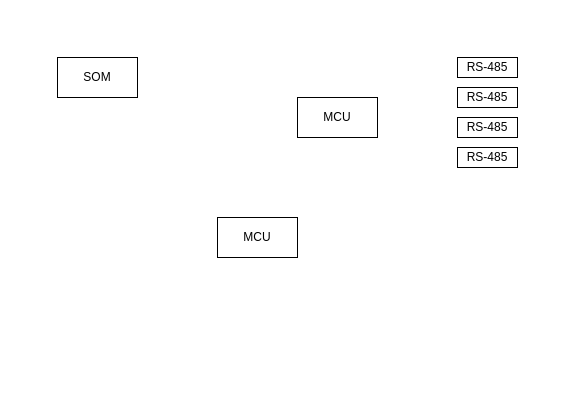
The draw.io diagram ТиР с платой SMARC.drawio in Andrianov-Daniil/Block_Diagram, before the edit. Source tidied: cells renumbered, new cells numbered last; positions are measured from the earlier drawing's top-left corner, leaving out a move shared by most shapes. Both pictures are drawn from the tidied source at 100%, with x=0, y=0 at pixel (57, 57).
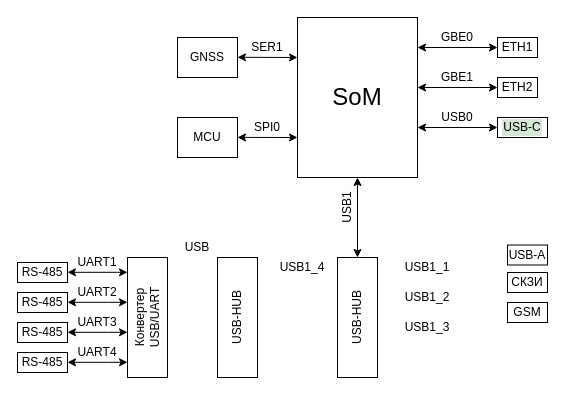
Above is the later version.

Diff of the diagram source:
```diff
@@
-    <mxCell id="2" value="SOM" style="rounded=0;whiteSpace=wrap;html=1;" parent="1" vertex="1">
-      <mxGeometry width="80" height="40" as="geometry" />
-    </mxCell>
-    <mxCell id="3" value="MCU" style="rounded=0;whiteSpace=wrap;html=1;" parent="1" vertex="1">
-      <mxGeometry x="160" y="160" width="80" height="40" as="geometry" />
-    </mxCell>
-    <mxCell id="4" value="RS-485" style="rounded=0;whiteSpace=wrap;html=1;" parent="1" vertex="1">
-      <mxGeometry x="400" y="60" width="60" height="20" as="geometry" />
-    </mxCell>
-    <mxCell id="5" value="RS-485" style="rounded=0;whiteSpace=wrap;html=1;" parent="1" vertex="1">
-      <mxGeometry x="400" y="90" width="60" height="20" as="geometry" />
-    </mxCell>
-    <mxCell id="6" value="RS-485" style="rounded=0;whiteSpace=wrap;html=1;" parent="1" vertex="1">
-      <mxGeometry x="400" width="60" height="20" as="geometry" />
-    </mxCell>
-    <mxCell id="7" value="RS-485" style="rounded=0;whiteSpace=wrap;html=1;" parent="1" vertex="1">
-      <mxGeometry x="400" y="30" width="60" height="20" as="geometry" />
-    </mxCell>
-    <mxCell id="8" value="MCU" style="rounded=0;whiteSpace=wrap;html=1;" parent="1" vertex="1">
-      <mxGeometry x="240" y="40" width="80" height="40" as="geometry" />
-    </mxCell>
+    <mxCell id="9" value="&lt;font style=&quot;font-size: 24px;&quot;&gt;SoM&lt;/font&gt;" style="rounded=0;whiteSpace=wrap;html=1;" parent="1" vertex="1">
+      <mxGeometry x="240" y="-40" width="120" height="160" as="geometry" />
+    </mxCell>
+    <mxCell id="10" style="edgeStyle=orthogonalEdgeStyle;rounded=0;jettySize=auto;html=1;startArrow=classic;startFill=1;" parent="1" edge="1" source="11" target="9">
+      <mxGeometry relative="1" as="geometry" />
+    </mxCell>
+    <mxCell id="11" value="USB-HUB" style="rounded=0;whiteSpace=wrap;html=1;direction=south;verticalAlign=middle;horizontal=0;" parent="1" vertex="1">
+      <mxGeometry x="280" y="200" width="40" height="120" as="geometry" />
+    </mxCell>
+    <mxCell id="12" value="СКЗИ" style="rounded=0;whiteSpace=wrap;html=1;direction=west;flipH=1;legacyAnchorPoints=0;flipV=1;rotation=0;" parent="1" vertex="1">
+      <mxGeometry x="450" y="215" width="40" height="20" as="geometry" />
+    </mxCell>
+    <mxCell id="13" value="ETH1" style="rounded=0;whiteSpace=wrap;html=1;" parent="1" vertex="1">
+      <mxGeometry x="440" y="-20" width="40" height="20" as="geometry" />
+    </mxCell>
+    <mxCell id="14" value="ETH2" style="rounded=0;whiteSpace=wrap;html=1;" parent="1" vertex="1">
+      <mxGeometry x="440" y="20" width="40" height="20" as="geometry" />
+    </mxCell>
+    <mxCell id="15" value="USB-C" style="rounded=0;whiteSpace=wrap;html=1;labelBackgroundColor=#D5E8D4;labelBorderColor=#D5E8D4;" parent="1" vertex="1">
+      <mxGeometry x="440" y="60" width="50" height="20" as="geometry" />
+    </mxCell>
+    <mxCell id="16" value="GSM" style="rounded=0;whiteSpace=wrap;html=1;direction=west;flipH=1;legacyAnchorPoints=0;flipV=1;rotation=0;" parent="1" vertex="1">
+      <mxGeometry x="450" y="245" width="40" height="20" as="geometry" />
+    </mxCell>
+    <mxCell id="17" value="USB-A" style="rounded=0;whiteSpace=wrap;html=1;direction=west;flipH=1;legacyAnchorPoints=0;flipV=1;rotation=0;" parent="1" vertex="1">
+      <mxGeometry x="450" y="187.5" width="40" height="20" as="geometry" />
+    </mxCell>
+    <mxCell id="18" value="MCU" style="rounded=0;whiteSpace=wrap;html=1;" parent="1" vertex="1">
+      <mxGeometry x="120" y="60" width="60" height="40" as="geometry" />
+    </mxCell>
+    <mxCell id="19" value="GNSS" style="rounded=0;whiteSpace=wrap;html=1;" parent="1" vertex="1">
+      <mxGeometry x="120" y="-20" width="60" height="40" as="geometry" />
+    </mxCell>
+    <mxCell id="20" value="USB0" style="text;html=1;whiteSpace=wrap;strokeColor=none;fillColor=none;align=center;verticalAlign=middle;rounded=0;" parent="1" vertex="1">
+      <mxGeometry x="380" y="50" width="40" height="20" as="geometry" />
+    </mxCell>
+    <mxCell id="21" value="GBE1" style="text;html=1;whiteSpace=wrap;strokeColor=none;fillColor=none;align=center;verticalAlign=middle;rounded=0;" parent="1" vertex="1">
+      <mxGeometry x="380" y="10" width="40" height="20" as="geometry" />
+    </mxCell>
+    <mxCell id="22" value="GBE0" style="text;html=1;whiteSpace=wrap;strokeColor=none;fillColor=none;align=center;verticalAlign=middle;rounded=0;" parent="1" vertex="1">
+      <mxGeometry x="380" y="-30" width="40" height="20" as="geometry" />
+    </mxCell>
+    <mxCell id="23" value="USB1" style="text;html=1;whiteSpace=wrap;strokeColor=none;fillColor=none;align=center;verticalAlign=middle;rounded=0;rotation=270;" parent="1" vertex="1">
+      <mxGeometry x="270" y="140" width="40" height="20" as="geometry" />
+    </mxCell>
+    <mxCell id="24" value="USB1_1" style="text;html=1;whiteSpace=wrap;strokeColor=none;fillColor=none;align=center;verticalAlign=middle;rounded=0;" parent="1" vertex="1">
+      <mxGeometry x="350" y="200" width="40" height="20" as="geometry" />
+    </mxCell>
+    <mxCell id="25" value="USB1_2" style="text;html=1;whiteSpace=wrap;strokeColor=none;fillColor=none;align=center;verticalAlign=middle;rounded=0;" parent="1" vertex="1">
+      <mxGeometry x="350" y="230" width="40" height="20" as="geometry" />
+    </mxCell>
+    <mxCell id="26" value="USB1_3" style="text;html=1;whiteSpace=wrap;strokeColor=none;fillColor=none;align=center;verticalAlign=middle;rounded=0;" parent="1" vertex="1">
+      <mxGeometry x="350" y="260" width="40" height="20" as="geometry" />
+    </mxCell>
+    <mxCell id="27" value="USB1_4" style="text;html=1;whiteSpace=wrap;strokeColor=none;fillColor=none;align=center;verticalAlign=middle;rounded=0;" parent="1" vertex="1">
+      <mxGeometry x="220" y="200" width="50" height="20" as="geometry" />
+    </mxCell>
+    <mxCell id="28" value="RS-485" style="rounded=0;whiteSpace=wrap;html=1;" parent="1" vertex="1">
+      <mxGeometry x="-40" y="265" width="50" height="20" as="geometry" />
+    </mxCell>
+    <mxCell id="29" value="RS-485" style="rounded=0;whiteSpace=wrap;html=1;" parent="1" vertex="1">
+      <mxGeometry x="-40" y="295" width="50" height="20" as="geometry" />
+    </mxCell>
+    <mxCell id="30" value="RS-485" style="rounded=0;whiteSpace=wrap;html=1;" parent="1" vertex="1">
+      <mxGeometry x="-40" y="205" width="50" height="20" as="geometry" />
+    </mxCell>
+    <mxCell id="31" value="RS-485" style="rounded=0;whiteSpace=wrap;html=1;" parent="1" vertex="1">
+      <mxGeometry x="-40" y="235" width="50" height="20" as="geometry" />
+    </mxCell>
+    <mxCell id="32" style="edgeStyle=orthogonalEdgeStyle;rounded=0;orthogonalLoop=1;jettySize=auto;html=1;startArrow=classic;startFill=1;" parent="1" edge="1">
+      <mxGeometry relative="1" as="geometry">
+        <mxPoint x="10" y="274.8" as="sourcePoint" />
+        <mxPoint x="70" y="274.8" as="targetPoint" />
+        <Array as="points">
+          <mxPoint x="50" y="274.8" />
+          <mxPoint x="50" y="274.8" />
+        </Array>
+      </mxGeometry>
+    </mxCell>
+    <mxCell id="33" style="edgeStyle=orthogonalEdgeStyle;rounded=0;orthogonalLoop=1;jettySize=auto;html=1;startArrow=classic;startFill=1;" parent="1" edge="1">
+      <mxGeometry relative="1" as="geometry">
+        <mxPoint x="10" y="304.8" as="sourcePoint" />
+        <mxPoint x="70" y="304.8" as="targetPoint" />
+        <Array as="points">
+          <mxPoint x="50" y="304.8" />
+          <mxPoint x="50" y="304.8" />
+        </Array>
+      </mxGeometry>
+    </mxCell>
+    <mxCell id="34" style="edgeStyle=orthogonalEdgeStyle;rounded=0;orthogonalLoop=1;jettySize=auto;html=1;startArrow=classic;startFill=1;" parent="1" edge="1">
+      <mxGeometry relative="1" as="geometry">
+        <mxPoint x="10" y="214.8" as="sourcePoint" />
+        <mxPoint x="70" y="214.8" as="targetPoint" />
+        <Array as="points">
+          <mxPoint x="60" y="214.8" />
+          <mxPoint x="60" y="214.8" />
+        </Array>
+      </mxGeometry>
+    </mxCell>
+    <mxCell id="35" style="edgeStyle=orthogonalEdgeStyle;rounded=0;orthogonalLoop=1;jettySize=auto;html=1;startArrow=classic;startFill=1;" parent="1" edge="1">
+      <mxGeometry relative="1" as="geometry">
+        <mxPoint x="10" y="244.8" as="sourcePoint" />
+        <mxPoint x="70" y="244.8" as="targetPoint" />
+        <Array as="points">
+          <mxPoint x="50" y="244.8" />
+          <mxPoint x="50" y="244.8" />
+        </Array>
+      </mxGeometry>
+    </mxCell>
+    <mxCell id="36" value="USB" style="text;html=1;whiteSpace=wrap;strokeColor=none;fillColor=none;align=center;verticalAlign=middle;rounded=0;" parent="1" vertex="1">
+      <mxGeometry x="120" y="180" width="40" height="20" as="geometry" />
+    </mxCell>
+    <mxCell id="37" value="UART1" style="text;html=1;whiteSpace=wrap;strokeColor=none;fillColor=none;align=center;verticalAlign=middle;rounded=0;" parent="1" vertex="1">
+      <mxGeometry x="20" y="200" width="40" height="10" as="geometry" />
+    </mxCell>
+    <mxCell id="38" value="UART2" style="text;html=1;whiteSpace=wrap;strokeColor=none;fillColor=none;align=center;verticalAlign=middle;rounded=0;" parent="1" vertex="1">
+      <mxGeometry x="20" y="230" width="40" height="10" as="geometry" />
+    </mxCell>
+    <mxCell id="39" value="UART3" style="text;html=1;whiteSpace=wrap;strokeColor=none;fillColor=none;align=center;verticalAlign=middle;rounded=0;" parent="1" vertex="1">
+      <mxGeometry x="20" y="260" width="40" height="10" as="geometry" />
+    </mxCell>
+    <mxCell id="40" value="UART4" style="text;html=1;whiteSpace=wrap;strokeColor=none;fillColor=none;align=center;verticalAlign=middle;rounded=0;" parent="1" vertex="1">
+      <mxGeometry x="20" y="290" width="40" height="10" as="geometry" />
+    </mxCell>
+    <mxCell id="41" style="endArrow=classic;startArrow=classic;html=1;rounded=0;" parent="1" edge="1">
+      <mxGeometry relative="1" as="geometry">
+        <mxPoint x="180" y="-0.2" as="sourcePoint" />
+        <mxPoint x="240" as="targetPoint" />
+      </mxGeometry>
+    </mxCell>
+    <mxCell id="42" value="SER1" style="text;html=1;whiteSpace=wrap;strokeColor=none;fillColor=none;align=center;verticalAlign=middle;rounded=0;" parent="1" vertex="1">
+      <mxGeometry x="190" y="-20" width="40" height="20" as="geometry" />
+    </mxCell>
+    <mxCell id="43" value="SPI0" style="text;html=1;whiteSpace=wrap;strokeColor=none;fillColor=none;align=center;verticalAlign=middle;rounded=0;" parent="1" vertex="1">
+      <mxGeometry x="190" y="60" width="40" height="20" as="geometry" />
+    </mxCell>
+    <mxCell id="44" value="Конвертер USB/UART" style="rounded=0;whiteSpace=wrap;html=1;direction=west;horizontal=0;" parent="1" vertex="1">
+      <mxGeometry x="70" y="200" width="40" height="120" as="geometry" />
+    </mxCell>
+    <mxCell id="45" style="endArrow=classic;startArrow=classic;html=1;rounded=0;" parent="1" edge="1">
+      <mxGeometry relative="1" as="geometry">
+        <mxPoint x="180" y="79.9" as="sourcePoint" />
+        <mxPoint x="240" y="80" as="targetPoint" />
+      </mxGeometry>
+    </mxCell>
+    <mxCell id="46" style="endArrow=classic;startArrow=classic;html=1;rounded=0;" parent="1" edge="1">
+      <mxGeometry relative="1" as="geometry">
+        <mxPoint x="360" y="-10" as="sourcePoint" />
+        <mxPoint x="440" y="-10" as="targetPoint" />
+      </mxGeometry>
+    </mxCell>
+    <mxCell id="47" style="endArrow=classic;startArrow=classic;html=1;rounded=0;" parent="1" edge="1">
+      <mxGeometry relative="1" as="geometry">
+        <mxPoint x="360" y="30" as="sourcePoint" />
+        <mxPoint x="440" y="30" as="targetPoint" />
+      </mxGeometry>
+    </mxCell>
+    <mxCell id="48" style="endArrow=classic;startArrow=classic;html=1;rounded=0;" parent="1" edge="1">
+      <mxGeometry relative="1" as="geometry">
+        <mxPoint x="360" y="70" as="sourcePoint" />
+        <mxPoint x="440" y="70" as="targetPoint" />
+      </mxGeometry>
+    </mxCell>
+    <mxCell id="49" value="USB-HUB" style="rounded=0;whiteSpace=wrap;html=1;direction=south;verticalAlign=middle;horizontal=0;" parent="1" vertex="1">
+      <mxGeometry x="160" y="200" width="40" height="120" as="geometry" />
+    </mxCell>
```
